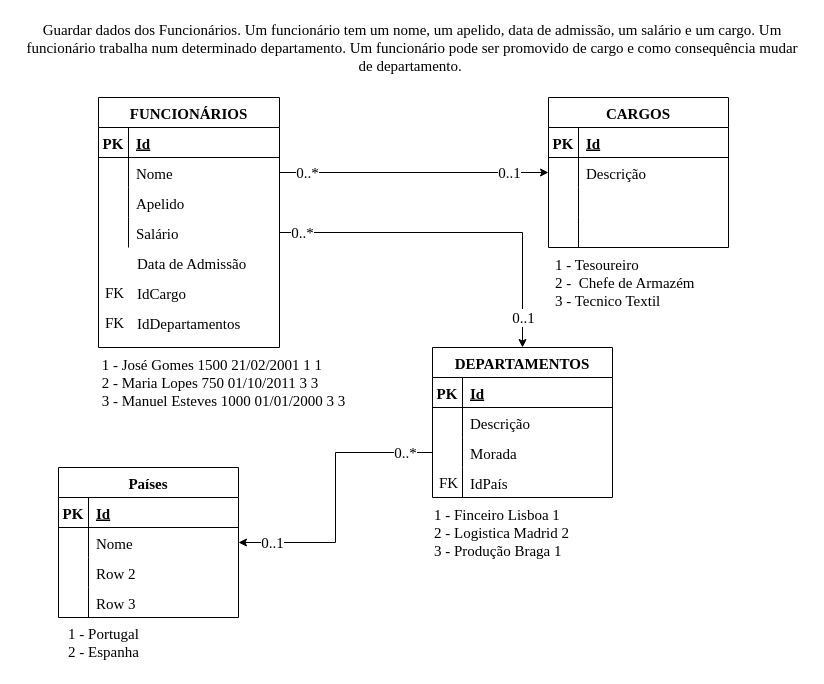
Above: BD-Funcionarios.drawio in anafazevedoo/aulas.sim (draw.io), before the change. Source tidied: cells renumbered, new cells numbered last; positions are measured from the earlier drawing's top-left corner, leaving out a move shared by most shapes. Both pictures are drawn from the tidied source at 100%, with x=0, y=0 at pixel (17, 17).
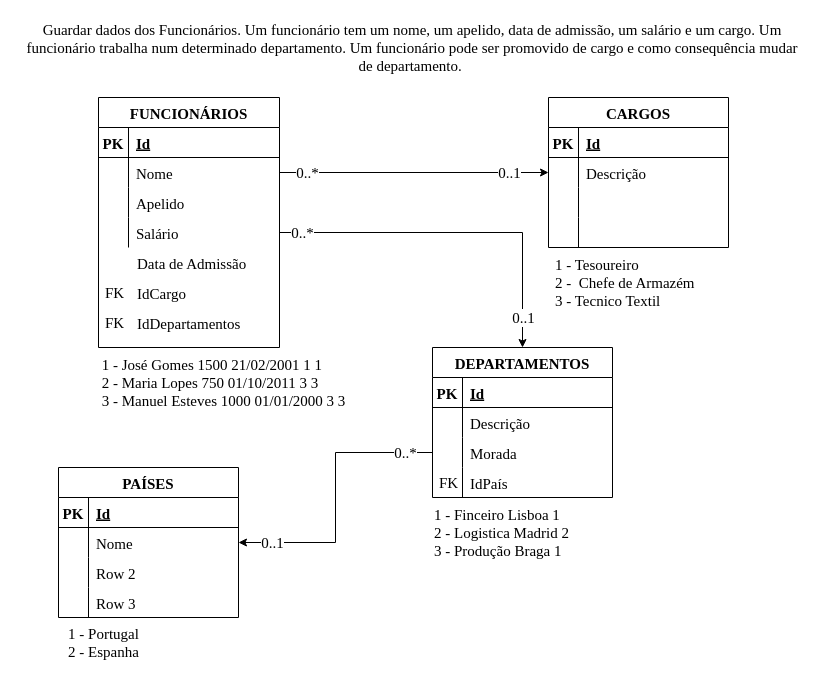
The same diagram, later.

What changed in the source:
```diff
@@
-    <mxCell id="56" value="Países" style="shape=table;startSize=30;childLayout=tableLayout;rowLines=0;fontStyle=1;align=center;fontFamily=Times New Roman;fontSize=15;" parent="1" vertex="1">
+    <mxCell id="56" value="PAÍSES" style="shape=table;startSize=30;childLayout=tableLayout;rowLines=0;fontStyle=1;align=center;fontFamily=Times New Roman;fontSize=15;" parent="1" vertex="1">
       <mxGeometry x="41" y="450" width="180" height="150" as="geometry" />
     </mxCell>
```
